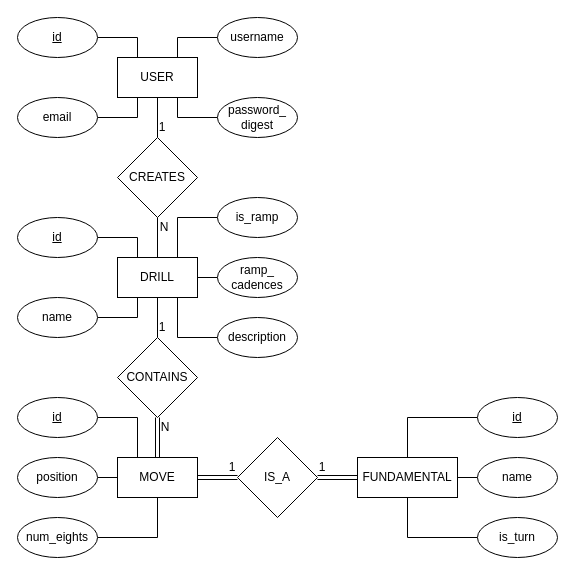
zbaruch20/drill-writer keeps this draw.io diagram as diagrams/entity_relationship_diagram.drawio. Above is the earlier version. Source tidied: cells renumbered, new cells numbered last; positions are measured from the earlier drawing's top-left corner, leaving out a move shared by most shapes. Both pictures are drawn from the tidied source at 100%, with x=0, y=0 at pixel (17, 17).
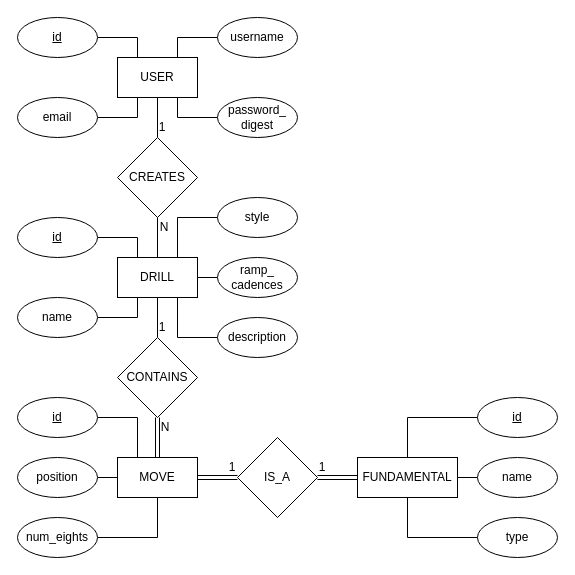
After the change.

The edit, as a diff of the source:
```diff
@@
-    <mxCell id="34" value="is_ramp" style="ellipse;whiteSpace=wrap;html=1;" parent="1" vertex="1">
+    <mxCell id="34" value="style" style="ellipse;whiteSpace=wrap;html=1;" parent="1" vertex="1">
       <mxGeometry x="200" y="180" width="80" height="40" as="geometry" />
     </mxCell>
@@
-    <mxCell id="48" value="is_turn" style="ellipse;whiteSpace=wrap;html=1;" parent="1" vertex="1">
+    <mxCell id="48" value="type" style="ellipse;whiteSpace=wrap;html=1;" parent="1" vertex="1">
       <mxGeometry x="460" y="500" width="80" height="40" as="geometry" />
     </mxCell>
```
